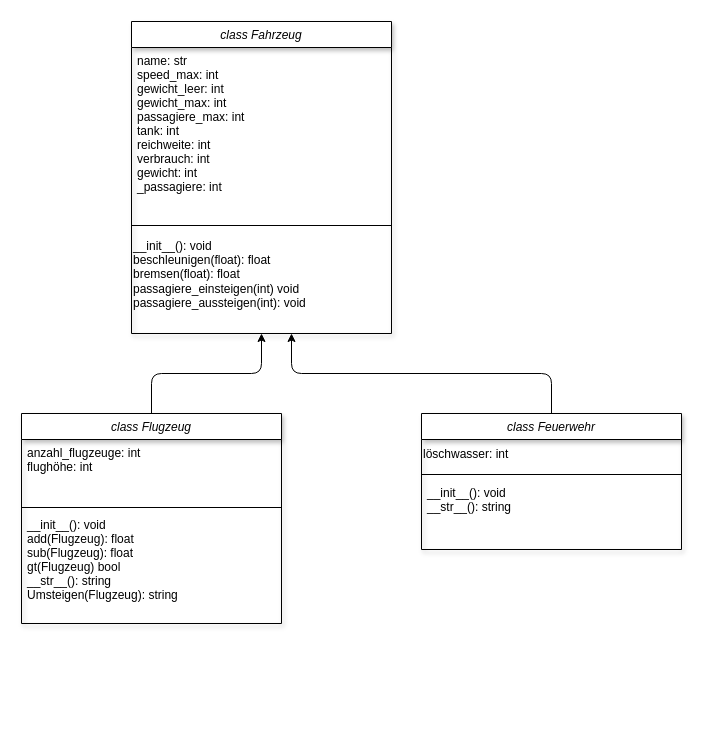
Earlier version of the draw.io diagram page "Flugzeug" (1 of 2) of Klassendiagramm.drawio (sstreichan/ProjektFlugzeug). Source tidied: cells renumbered, new cells numbered last; positions are measured from the earlier drawing's top-left corner, leaving out a move shared by most shapes. Both pictures are drawn from the tidied source at 100%, with x=0, y=0 at pixel (21, 21).
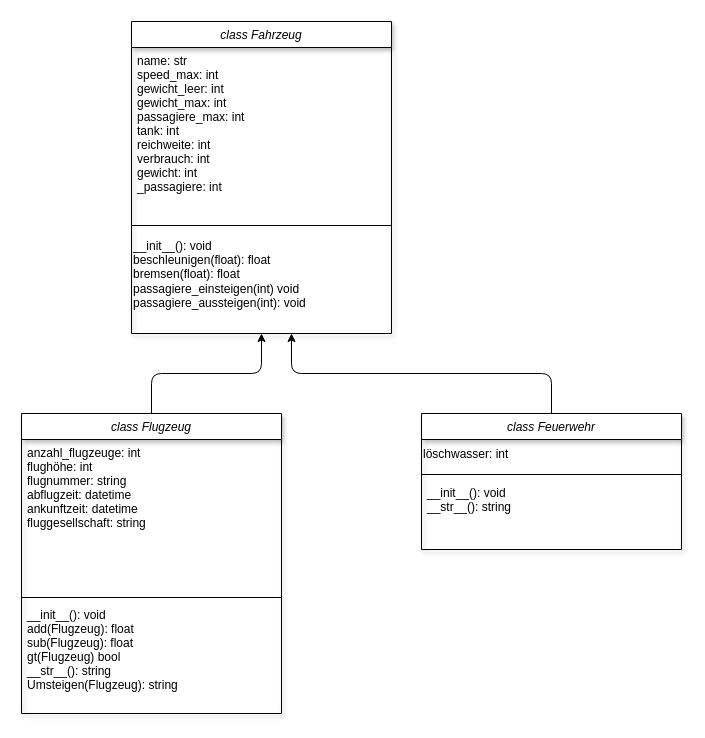
After the change.

Change to the diagram source:
```diff
@@
 <mxGraphModel>
   <root>
     <mxCell id="0" />
     <mxCell id="1" parent="0" />
     <mxCell id="2" style="edgeStyle=none;html=1;entryX=0.5;entryY=1;entryDx=0;entryDy=0;" parent="1" edge="1" source="3" target="7">
       <mxGeometry relative="1" as="geometry">
         <Array as="points">
           <mxPoint x="130" y="352" />
           <mxPoint x="240" y="352" />
         </Array>
       </mxGeometry>
     </mxCell>
     <mxCell id="3" value="class Flugzeug" style="swimlane;fontStyle=2;align=center;verticalAlign=top;horizontal=1;startSize=26;rounded=0;shadow=1;strokeWidth=1;" parent="1" vertex="1">
-      <mxGeometry y="392" width="260" height="210" as="geometry" />
+      <mxGeometry y="392" width="260" height="300" as="geometry" />
     </mxCell>
-    <mxCell id="4" value="anzahl_flugzeuge: int&#10;flughöhe: int&#10;" style="text;align=left;verticalAlign=top;spacingLeft=4;spacingRight=4;overflow=hidden;rounded=0;shadow=0;html=0;" parent="3" vertex="1">
-      <mxGeometry y="26" width="260" height="64" as="geometry" />
+    <mxCell id="4" value="anzahl_flugzeuge: int&#10;flughöhe: int&#10;flugnummer: string&#10;abflugzeit: datetime&#10;ankunftzeit: datetime&#10;fluggesellschaft: string" style="text;align=left;verticalAlign=top;spacingLeft=4;spacingRight=4;overflow=hidden;rounded=0;shadow=0;html=0;" parent="3" vertex="1">
+      <mxGeometry y="26" width="260" height="154" as="geometry" />
     </mxCell>
     <mxCell id="5" style="line;html=1;strokeWidth=1;align=left;verticalAlign=middle;spacingTop=-1;spacingLeft=3;spacingRight=3;labelPosition=right;" parent="3" vertex="1">
-      <mxGeometry y="90" width="260" height="8" as="geometry" />
+      <mxGeometry y="180" width="260" height="8" as="geometry" />
     </mxCell>
     <mxCell id="6" value="__init__(): void&#10;add(Flugzeug): float&#10;sub(Flugzeug): float&#10;gt(Flugzeug) bool&#10;__str__(): string&#10;Umsteigen(Flugzeug): string" style="text;align=left;verticalAlign=top;spacingLeft=4;spacingRight=4;overflow=hidden;" parent="3" vertex="1">
-      <mxGeometry y="98" width="260" height="112" as="geometry" />
+      <mxGeometry y="188" width="260" height="112" as="geometry" />
     </mxCell>
     <mxCell id="7" value="class Fahrzeug" style="swimlane;fontStyle=2;align=center;verticalAlign=top;horizontal=1;startSize=26;rounded=0;shadow=1;strokeWidth=1;" parent="1" vertex="1">
       <mxGeometry x="110" width="260" height="312" as="geometry" />
     </mxCell>
     <mxCell id="8" value="name: str&#10;speed_max: int&#10;gewicht_leer: int&#10;gewicht_max: int&#10;passagiere_max: int&#10;tank: int&#10;reichweite: int&#10;verbrauch: int&#10;gewicht: int&#10;_passagiere: int" style="text;align=left;verticalAlign=top;spacingLeft=4;spacingRight=4;overflow=hidden;rounded=0;shadow=0;html=0;" parent="7" vertex="1">
       <mxGeometry y="26" width="260" height="174" as="geometry" />
     </mxCell>
     <mxCell id="9" style="line;html=1;strokeWidth=1;align=left;verticalAlign=middle;spacingTop=-1;spacingLeft=3;spacingRight=3;labelPosition=right;" parent="7" vertex="1">
       <mxGeometry y="200" width="260" height="8" as="geometry" />
     </mxCell>
     <mxCell id="10" value="__init__(): void&lt;span style=&quot;&quot;&gt;&lt;br&gt;beschleunigen(float): float&lt;/span&gt;&lt;br style=&quot;padding: 0px; margin: 0px;&quot;&gt;&lt;span style=&quot;&quot;&gt;bremsen(float): float&lt;/span&gt;&lt;br style=&quot;padding: 0px; margin: 0px;&quot;&gt;&lt;span style=&quot;&quot;&gt;passagiere_einsteigen(int) void&lt;/span&gt;&lt;br style=&quot;padding: 0px; margin: 0px;&quot;&gt;&lt;span style=&quot;&quot;&gt;passagiere_aussteigen(int): void&lt;/span&gt;" style="text;html=1;align=left;verticalAlign=middle;strokeColor=none;fillColor=none;" parent="7" vertex="1">
       <mxGeometry y="208" width="260" height="90" as="geometry" />
     </mxCell>
     <mxCell id="11" style="edgeStyle=none;html=1;" parent="1" edge="1" source="12">
       <mxGeometry relative="1" as="geometry">
         <mxPoint x="270" y="312" as="targetPoint" />
         <Array as="points">
           <mxPoint x="530" y="352" />
           <mxPoint x="270" y="352" />
         </Array>
       </mxGeometry>
     </mxCell>
     <mxCell id="12" value="class Feuerwehr" style="swimlane;fontStyle=2;align=center;verticalAlign=top;horizontal=1;startSize=26;rounded=0;shadow=1;strokeWidth=1;" parent="1" vertex="1">
       <mxGeometry x="400" y="392" width="260" height="136" as="geometry" />
     </mxCell>
     <mxCell id="13" value="löschwasser: int" style="text;html=1;align=left;verticalAlign=middle;strokeColor=none;fillColor=none;" parent="12" vertex="1">
       <mxGeometry y="26" width="260" height="30" as="geometry" />
     </mxCell>
     <mxCell id="14" style="line;html=1;strokeWidth=1;align=left;verticalAlign=middle;spacingTop=-1;spacingLeft=3;spacingRight=3;labelPosition=right;" parent="12" vertex="1">
       <mxGeometry y="56" width="260" height="10" as="geometry" />
     </mxCell>
     <mxCell id="15" value="__init__(): void&#10;__str__(): string&#10;" style="text;align=left;verticalAlign=top;spacingLeft=4;spacingRight=4;overflow=hidden;" parent="12" vertex="1">
       <mxGeometry y="66" width="260" height="70" as="geometry" />
     </mxCell>
   </root>
 </mxGraphModel>
```
